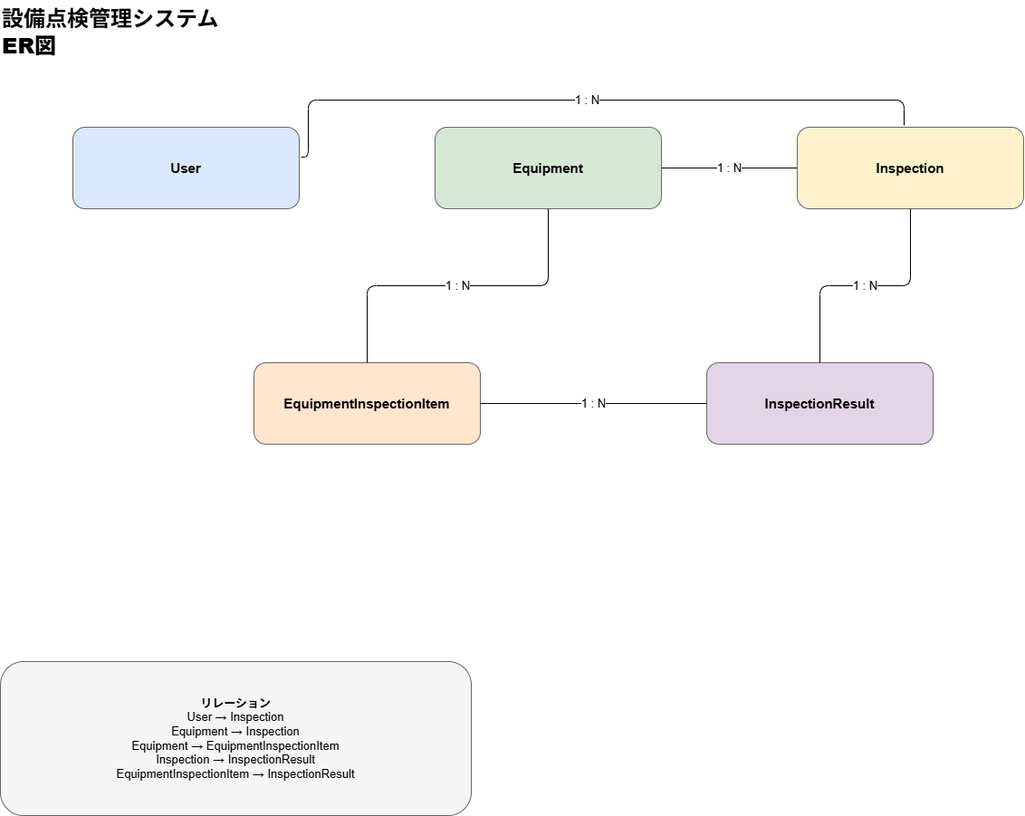
mae134/equipment-inspection-system keeps this draw.io diagram as docs/design/02-er-diagram.png. Above is the earlier version. Source tidied: cells renumbered, new cells last; positions are measured from the earlier drawing's top-left corner, leaving out a move shared by most shapes.
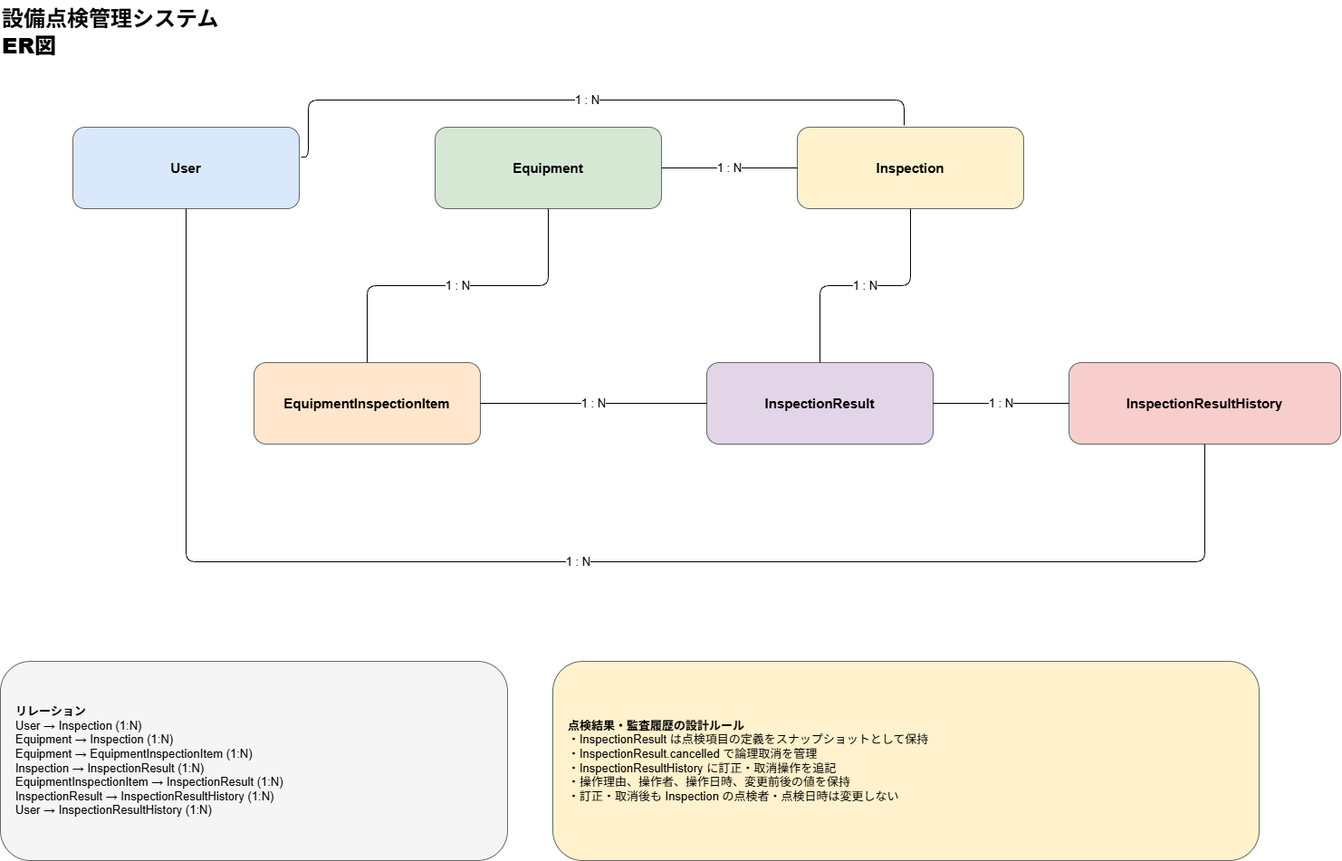
After the commit.

Commit message:
docs: update ER diagram with inspection result history

What changed in the source:
```diff
@@ -20,6 +20,9 @@
     <mxCell id="7" value="InspectionResult" style="rounded=1;whiteSpace=wrap;html=1;fillColor=#e1d5e7;strokeColor=#666666;fontStyle=1;fontSize=15;" parent="1" vertex="1">
       <mxGeometry x="780" y="400" width="250" height="90" as="geometry" />
     </mxCell>
+    <mxCell id="14" value="InspectionResultHistory" style="rounded=1;whiteSpace=wrap;html=1;fillColor=#f8cecc;strokeColor=#666666;fontStyle=1;fontSize=15;" parent="1" vertex="1">
+      <mxGeometry x="1180" y="400" width="300" height="90" as="geometry" />
+    </mxCell>
     <mxCell id="8" value="1 : N" style="edgeStyle=orthogonalEdgeStyle;html=1;endArrow=none;startArrow=none;fontSize=13;labelBackgroundColor=#ffffff;entryX=0.472;entryY=-0.022;entryDx=0;entryDy=0;entryPerimeter=0;exitX=1.008;exitY=0.367;exitDx=0;exitDy=0;exitPerimeter=0;" parent="1" edge="1" source="3" target="5">
       <mxGeometry relative="1" as="geometry">
         <Array as="points">
@@ -41,8 +44,22 @@
     <mxCell id="12" value="1 : N" style="edgeStyle=orthogonalEdgeStyle;html=1;endArrow=none;startArrow=none;fontSize=13;labelBackgroundColor=#ffffff;" parent="1" edge="1" source="6" target="7">
       <mxGeometry relative="1" as="geometry" />
     </mxCell>
+    <mxCell id="15" value="1 : N" style="edgeStyle=orthogonalEdgeStyle;html=1;endArrow=none;startArrow=none;fontSize=13;labelBackgroundColor=#ffffff;" parent="1" edge="1" source="7" target="14">
+      <mxGeometry relative="1" as="geometry" />
+    </mxCell>
+    <mxCell id="16" value="1 : N" style="edgeStyle=orthogonalEdgeStyle;html=1;endArrow=none;startArrow=none;fontSize=13;labelBackgroundColor=#ffffff;exitX=0.5;exitY=1;exitDx=0;exitDy=0;entryX=0.5;entryY=1;entryDx=0;entryDy=0;" parent="1" edge="1" source="3" target="14">
+      <mxGeometry relative="1" as="geometry">
+        <Array as="points">
+          <mxPoint x="205" y="620" />
+          <mxPoint x="1330" y="620" />
+        </Array>
+      </mxGeometry>
+    </mxCell>
-    <mxCell id="13" value="&lt;b&gt;リレーション&lt;/b&gt;&lt;br/&gt;User → Inspection&lt;br/&gt;Equipment → Inspection&lt;br/&gt;Equipment → EquipmentInspectionItem&lt;br/&gt;Inspection → InspectionResult&lt;br/&gt;EquipmentInspectionItem → InspectionResult" style="rounded=1;whiteSpace=wrap;html=1;fillColor=#f5f5f5;strokeColor=#666666;fontSize=13;" parent="1" vertex="1">
-      <mxGeometry y="730" width="520" height="170" as="geometry" />
+    <mxCell id="13" value="&lt;b&gt;リレーション&lt;/b&gt;&lt;br&gt;User → Inspection (1:N)&lt;br&gt;Equipment → Inspection (1:N)&lt;br&gt;Equipment → EquipmentInspectionItem (1:N)&lt;br&gt;Inspection → InspectionResult (1:N)&lt;br&gt;EquipmentInspectionItem → InspectionResult (1:N)&lt;br&gt;InspectionResult → InspectionResultHistory (1:N)&lt;br&gt;User → InspectionResultHistory (1:N)" style="rounded=1;whiteSpace=wrap;html=1;fillColor=#f5f5f5;strokeColor=#666666;fontSize=13;align=left;spacingLeft=15;" parent="1" vertex="1">
+      <mxGeometry y="730" width="560" height="220" as="geometry" />
     </mxCell>
+    <mxCell id="17" value="&lt;b&gt;点検結果・監査履歴の設計ルール&lt;/b&gt;&lt;br&gt;・InspectionResult は点検項目の定義をスナップショットとして保持&lt;br&gt;・InspectionResult.cancelled で論理取消を管理&lt;br&gt;・InspectionResultHistory に訂正・取消操作を追記&lt;br&gt;・操作理由、操作者、操作日時、変更前後の値を保持&lt;br&gt;・訂正・取消後も Inspection の点検者・点検日時は変更しない" style="rounded=1;whiteSpace=wrap;html=1;fillColor=#fff2cc;strokeColor=#666666;fontSize=13;align=left;spacingLeft=15;" parent="1" vertex="1">
+      <mxGeometry x="610" y="730" width="780" height="220" as="geometry" />
+    </mxCell>
   </root>
 </mxGraphModel>
```
